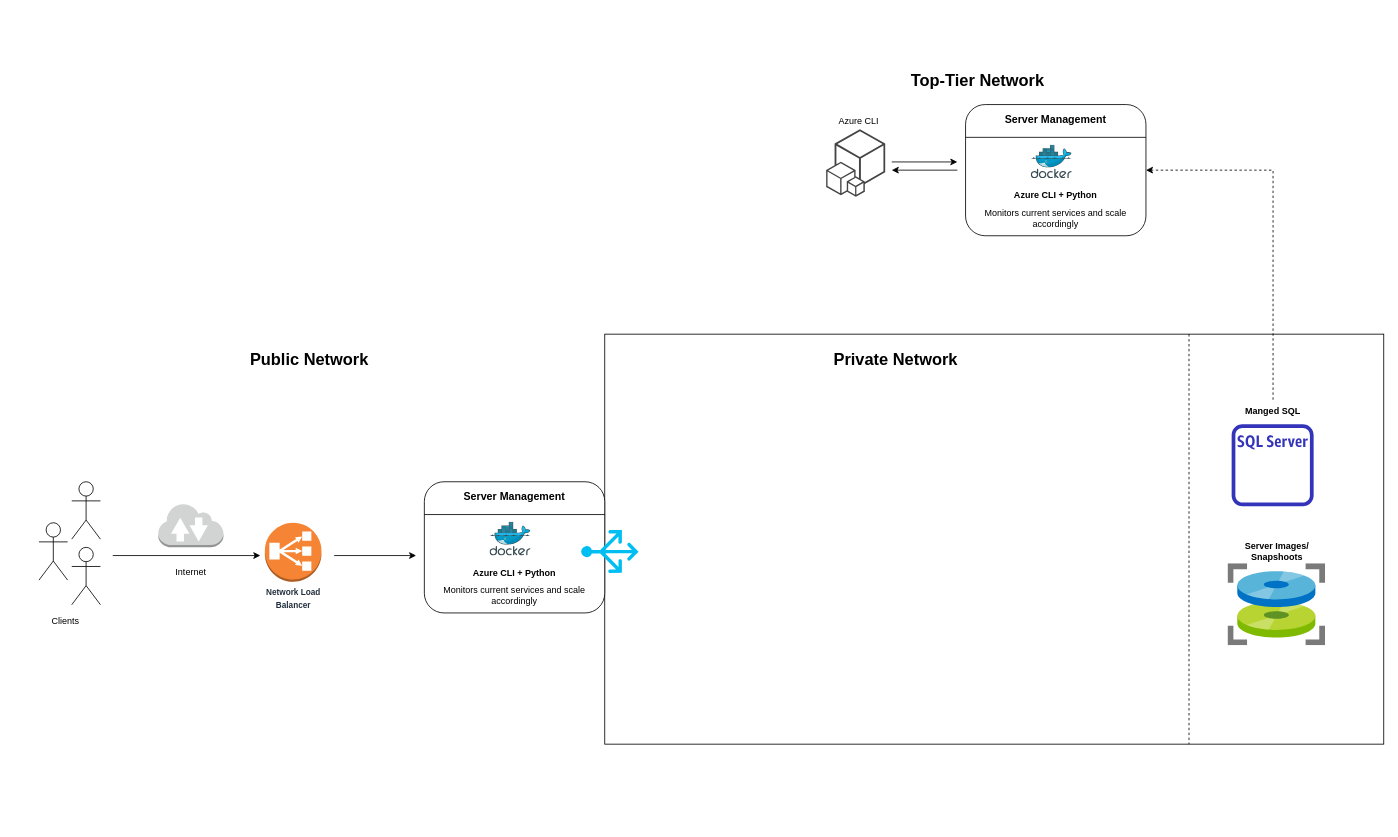
The draw.io diagram ServerConfigUML.drawio in Ashley-Sands/TB-RPG-Sever-Manager-, before the edit. Source tidied: cells renumbered, new cells numbered last; positions are measured from the earlier drawing's top-left corner, leaving out a move shared by most shapes. Both pictures are drawn from the tidied source at 82%, with x=0, y=0 at pixel (14, 55).
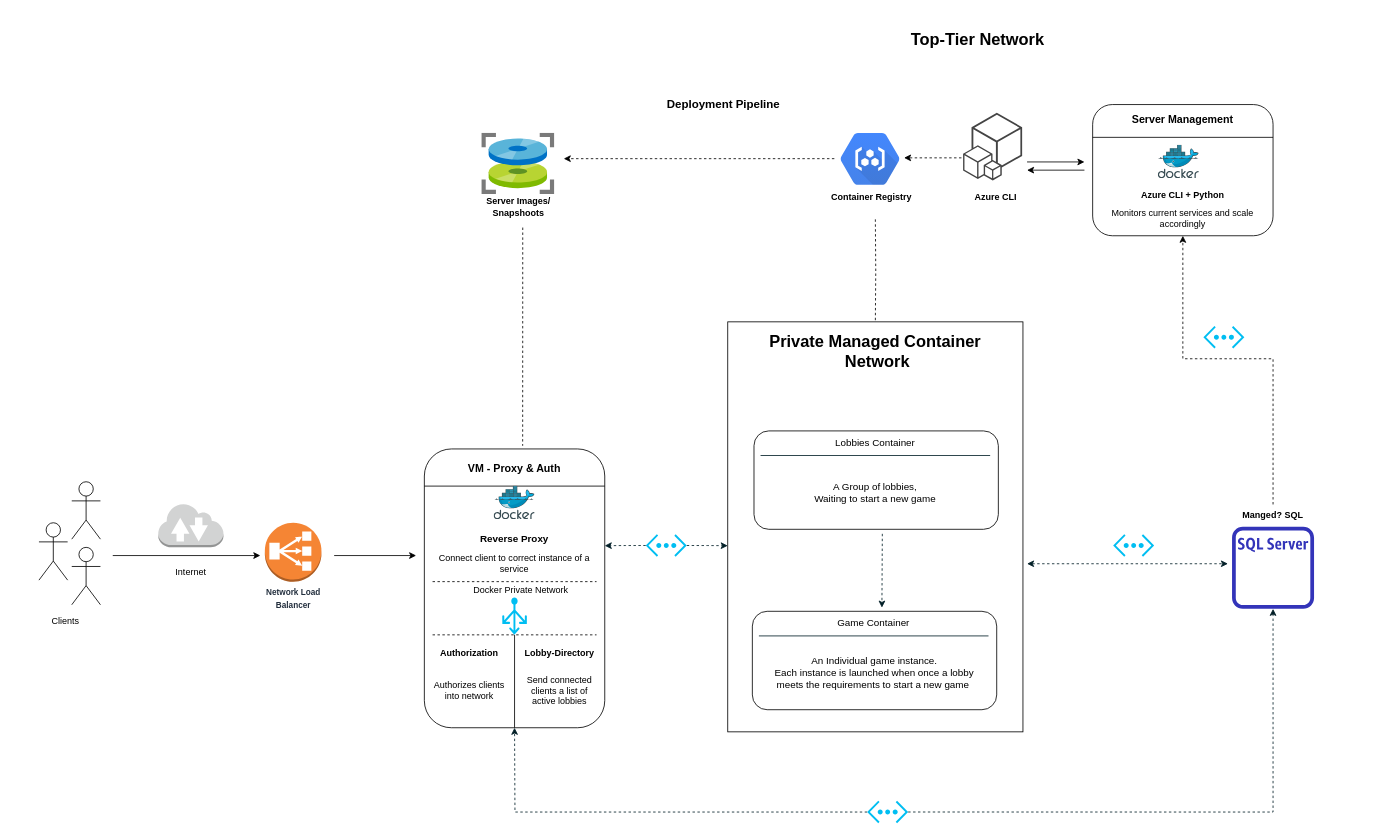
Above is the later version.

Unchanged cells that the change refers to:
```xml
<mxCell id="14" style="rounded=1;whiteSpace=wrap;html=1;" parent="13" vertex="1">
  <mxGeometry width="220" height="160" as="geometry" />
</mxCell>
```

What changed in the source:
```diff
@@
     <mxCell id="2" style="rounded=0;whiteSpace=wrap;html=1;" parent="1" vertex="1">
-      <mxGeometry x="720" y="340" width="950" height="500" as="geometry" />
+      <mxGeometry x="870" y="325" width="360" height="500" as="geometry" />
     </mxCell>
@@
-    <mxCell id="8" value="Private Network" style="text;html=1;strokeColor=none;fillColor=none;align=center;verticalAlign=middle;whiteSpace=wrap;rounded=0;labelBackgroundColor=white;fontStyle=1;fontSize=20;" parent="7" vertex="1">
-      <mxGeometry x="720" y="340" width="710" height="60" as="geometry" />
+    <mxCell id="8" value="Private Managed Container&lt;br&gt;&amp;nbsp;Network" style="text;html=1;strokeColor=none;fillColor=none;align=center;verticalAlign=middle;whiteSpace=wrap;rounded=0;labelBackgroundColor=white;fontStyle=1;fontSize=20;" parent="7" vertex="1">
+      <mxGeometry x="870" y="330" width="360" height="60" as="geometry" />
     </mxCell>
     <mxCell id="9" style="html=1;align=center;image;fontSize=12;image=img/lib/mscae/MD_snapshot.svg;labelBackgroundColor=white;" parent="7" vertex="1">
-      <mxGeometry x="1480" y="620" width="119" height="100" as="geometry" />
+      <mxGeometry x="570" y="94.8" width="89" height="74.8" as="geometry" />
     </mxCell>
     <mxCell id="10" value="Server Images/ Snapshoots" style="text;html=1;strokeColor=none;fillColor=none;align=center;verticalAlign=middle;whiteSpace=wrap;rounded=0;labelBackgroundColor=none;fontSize=11;fontStyle=1;" parent="7" vertex="1">
-      <mxGeometry x="1484.5" y="590" width="110" height="30" as="geometry" />
+      <mxGeometry x="559.5" y="169.6" width="110" height="30" as="geometry" />
     </mxCell>
-    <mxCell id="11" value="Manged SQL" style="text;html=1;strokeColor=none;fillColor=none;align=center;verticalAlign=middle;whiteSpace=wrap;rounded=0;labelBackgroundColor=none;fontSize=11;fontStyle=1;" parent="7" vertex="1">
-      <mxGeometry x="1480" y="420" width="110" height="27.3" as="geometry" />
+    <mxCell id="11" value="Manged? SQL" style="text;html=1;strokeColor=none;fillColor=none;align=center;verticalAlign=middle;whiteSpace=wrap;rounded=0;labelBackgroundColor=none;fontSize=11;fontStyle=1;" parent="7" vertex="1">
+      <mxGeometry x="1480" y="547.7" width="110" height="27.3" as="geometry" />
     </mxCell>
     <mxCell id="12" style="outlineConnect=0;fontColor=#232F3E;gradientColor=none;fillColor=#3334B9;strokeColor=none;dashed=0;verticalLabelPosition=bottom;verticalAlign=top;align=center;html=1;fontSize=12;fontStyle=0;shape=mxgraph.aws4.rds_sql_server_instance_alt;labelBackgroundColor=none;" parent="7" vertex="1">
-      <mxGeometry x="1484.5" y="450" width="100" height="100" as="geometry" />
+      <mxGeometry x="1485" y="575" width="100" height="100" as="geometry" />
     </mxCell>
     <mxCell id="13" style="group;labelBackgroundColor=none;fontSize=11;html=1;" parent="7" vertex="1">
-      <mxGeometry x="1160" y="60" width="220" height="160" as="geometry" />
+      <mxGeometry x="1315" y="60" width="220" height="160" as="geometry" />
     </mxCell>
@@
     <mxCell id="20" style="group;" parent="7" vertex="1">
-      <mxGeometry x="990" y="70" width="80" height="112.5" as="geometry" />
+      <mxGeometry x="1157" y="70" width="80" height="112.5" as="geometry" />
     </mxCell>
     <mxCell id="21" style="dashed=0;verticalLabelPosition=bottom;verticalAlign=top;align=center;html=1;shape=mxgraph.aws3.cli;fillColor=#444444;gradientColor=none;labelBackgroundColor=none;fontSize=11;" parent="20" vertex="1">
-      <mxGeometry y="20" width="72" height="82.5" as="geometry" />
+      <mxGeometry width="72" height="82.5" as="geometry" />
     </mxCell>
-    <mxCell id="22" value="Azure CLI" style="text;html=1;strokeColor=none;fillColor=none;align=center;verticalAlign=middle;whiteSpace=wrap;rounded=0;labelBackgroundColor=none;fontSize=11;" parent="20" vertex="1">
-      <mxGeometry width="80" height="20" as="geometry" />
+    <mxCell id="22" value="&lt;b&gt;Azure CLI&lt;/b&gt;" style="text;html=1;strokeColor=none;fillColor=none;align=center;verticalAlign=middle;whiteSpace=wrap;rounded=0;labelBackgroundColor=none;fontSize=11;" parent="20" vertex="1">
+      <mxGeometry y="92.5" width="80" height="20" as="geometry" />
     </mxCell>
-    <mxCell id="23" value="Public Network" style="text;html=1;strokeColor=none;fillColor=none;align=center;verticalAlign=middle;whiteSpace=wrap;rounded=0;labelBackgroundColor=white;fontStyle=1;fontSize=20;" parent="7" vertex="1">
-      <mxGeometry y="340" width="720" height="60" as="geometry" />
-    </mxCell>
     <mxCell id="24" style="group;labelBackgroundColor=none;fontSize=11;html=1;" parent="7" vertex="1">
-      <mxGeometry x="500" y="520" width="220" height="160" as="geometry" />
+      <mxGeometry x="500" y="480" width="220" height="340" as="geometry" />
     </mxCell>
     <mxCell id="25" style="rounded=1;whiteSpace=wrap;html=1;" parent="24" vertex="1">
-      <mxGeometry width="220" height="160" as="geometry" />
+      <mxGeometry width="220" height="340" as="geometry" />
     </mxCell>
-    <mxCell id="26" value="Server Management" style="text;html=1;strokeColor=none;fillColor=none;align=center;verticalAlign=middle;whiteSpace=wrap;rounded=0;fontStyle=1;fontSize=13;" parent="24" vertex="1">
-      <mxGeometry width="220" height="35.6" as="geometry" />
+    <mxCell id="26" value="VM - Proxy &amp;amp; Auth" style="text;html=1;strokeColor=none;fillColor=none;align=center;verticalAlign=middle;whiteSpace=wrap;rounded=0;fontStyle=1;fontSize=13;" parent="24" vertex="1">
+      <mxGeometry width="220" height="45.3" as="geometry" />
     </mxCell>
-    <mxCell id="27" style="endArrow=none;html=1;fontSize=11;entryX=1;entryY=0.25;entryDx=0;entryDy=0;exitX=0;exitY=0.25;exitDx=0;exitDy=0;" parent="24" edge="1" source="25" target="25">
+    <mxCell id="27" style="endArrow=none;html=1;fontSize=11;entryX=1;entryY=1;entryDx=0;entryDy=0;exitX=0;exitY=1;exitDx=0;exitDy=0;" parent="24" edge="1" source="26" target="26">
       <mxGeometry relative="1" as="geometry" />
     </mxCell>
     <mxCell id="28" style="html=1;align=center;image;fontSize=12;image=img/lib/mscae/Docker.svg;labelBackgroundColor=none;" parent="24" vertex="1">
-      <mxGeometry x="80" y="49.4" width="50" height="41" as="geometry" />
+      <mxGeometry x="85" y="45.3" width="50" height="41" as="geometry" />
     </mxCell>
-    <mxCell id="29" value="&lt;b&gt;Azure CLI + Python&lt;/b&gt;" style="text;html=1;strokeColor=none;fillColor=none;align=center;verticalAlign=middle;whiteSpace=wrap;rounded=0;labelBackgroundColor=none;fontSize=11;" parent="24" vertex="1">
-      <mxGeometry x="10" y="99.9" width="200" height="22.9" as="geometry" />
+    <mxCell id="29" value="&lt;b style=&quot;font-size: 12px;&quot;&gt;Reverse Proxy&lt;/b&gt;" style="text;html=1;strokeColor=none;fillColor=none;align=center;verticalAlign=middle;whiteSpace=wrap;rounded=0;labelBackgroundColor=none;fontSize=12;" parent="24" vertex="1">
+      <mxGeometry x="10" y="96.3" width="200" height="27" as="geometry" />
     </mxCell>
+    <mxCell id="45" style="edgeStyle=orthogonalEdgeStyle;rounded=0;jettySize=auto;html=1;exitX=0.5;exitY=0;exitDx=0;exitDy=0;entryX=0.5;entryY=0.839;entryDx=0;entryDy=0;entryPerimeter=0;startArrow=none;startFill=0;" parent="24" edge="1" source="30" target="29">
+      <mxGeometry relative="1" as="geometry" />
+    </mxCell>
-    <mxCell id="30" value="&lt;span&gt;Monitors current services and scale accordingly&lt;/span&gt;" style="text;html=1;strokeColor=none;fillColor=none;align=center;verticalAlign=middle;whiteSpace=wrap;rounded=0;labelBackgroundColor=none;fontSize=11;fontStyle=0;" parent="24" vertex="1">
-      <mxGeometry x="10" y="121.7" width="200" height="34.3" as="geometry" />
+    <mxCell id="30" value="Connect client to correct instance of a service" style="text;html=1;strokeColor=none;fillColor=none;align=center;verticalAlign=middle;whiteSpace=wrap;rounded=0;labelBackgroundColor=none;fontSize=11;fontStyle=0;" parent="24" vertex="1">
+      <mxGeometry x="10" y="119" width="200" height="42.8" as="geometry" />
     </mxCell>
-    <mxCell id="31" style="verticalLabelPosition=bottom;html=1;verticalAlign=top;align=center;strokeColor=none;fillColor=#00BEF2;shape=mxgraph.azure.load_balancer_generic;labelBackgroundColor=white;rotation=270;" parent="7" vertex="1">
-      <mxGeometry x="700" y="570" width="52.5" height="70" as="geometry" />
-    </mxCell>
+    <mxCell id="46" style="endArrow=none;html=1;fontSize=12;exitX=0;exitY=1;exitDx=0;exitDy=0;entryX=1;entryY=1;entryDx=0;entryDy=0;dashed=1;" parent="24" edge="1">
+      <mxGeometry relative="1" as="geometry">
+        <mxPoint x="10" y="226.7" as="sourcePoint" />
+        <mxPoint x="210" y="226.7" as="targetPoint" />
+      </mxGeometry>
+    </mxCell>
+    <mxCell id="47" style="endArrow=none;html=1;fontSize=11;exitX=0.5;exitY=1;exitDx=0;exitDy=0;entryX=0.5;entryY=1;entryDx=0;entryDy=0;" parent="24" edge="1" source="25">
+      <mxGeometry relative="1" as="geometry">
+        <mxPoint x="110" y="226.7" as="targetPoint" />
+      </mxGeometry>
+    </mxCell>
+    <mxCell id="48" style="endArrow=none;html=1;fontSize=12;exitX=0;exitY=1;exitDx=0;exitDy=0;entryX=1;entryY=1;entryDx=0;entryDy=0;dashed=1;" parent="24" edge="1">
+      <mxGeometry relative="1" as="geometry">
+        <mxPoint x="10" y="161.8" as="sourcePoint" />
+        <mxPoint x="210" y="161.8" as="targetPoint" />
+      </mxGeometry>
+    </mxCell>
+    <mxCell id="49" value="&lt;span style=&quot;font-size: 11px;&quot;&gt;Docker Private Network&lt;/span&gt;" style="text;html=1;strokeColor=none;fillColor=none;align=center;verticalAlign=middle;whiteSpace=wrap;rounded=0;fontSize=11;fontStyle=0;" parent="24" vertex="1">
+      <mxGeometry x="50" y="161.8" width="135.5" height="19.5" as="geometry" />
+    </mxCell>
+    <mxCell id="50" style="verticalLabelPosition=bottom;html=1;verticalAlign=top;align=center;strokeColor=none;fillColor=#00BEF2;shape=mxgraph.azure.load_balancer_generic;labelBackgroundColor=white;rotation=0;" parent="24" vertex="1">
+      <mxGeometry x="95" y="181.3" width="30" height="45.3" as="geometry" />
+    </mxCell>
+    <mxCell id="51" value="&lt;b&gt;Authorization&lt;/b&gt;" style="text;html=1;strokeColor=none;fillColor=none;align=center;verticalAlign=middle;whiteSpace=wrap;rounded=0;fontSize=11;" parent="24" vertex="1">
+      <mxGeometry x="10" y="238" width="90" height="22.7" as="geometry" />
+    </mxCell>
+    <mxCell id="52" value="&lt;b&gt;Lobby-Directory&lt;/b&gt;" style="text;html=1;strokeColor=none;fillColor=none;align=center;verticalAlign=middle;whiteSpace=wrap;rounded=0;fontSize=11;" parent="24" vertex="1">
+      <mxGeometry x="120" y="238" width="90" height="22.7" as="geometry" />
+    </mxCell>
+    <mxCell id="53" value="Authorizes clients into network" style="text;html=1;strokeColor=none;fillColor=none;align=center;verticalAlign=middle;whiteSpace=wrap;rounded=0;fontSize=11;" parent="24" vertex="1">
+      <mxGeometry x="10" y="260.7" width="90" height="68" as="geometry" />
+    </mxCell>
+    <mxCell id="54" value="Send connected clients a list of active lobbies" style="text;html=1;strokeColor=none;fillColor=none;align=center;verticalAlign=middle;whiteSpace=wrap;rounded=0;fontSize=11;" parent="24" vertex="1">
+      <mxGeometry x="120" y="260.7" width="90" height="68" as="geometry" />
+    </mxCell>
     <mxCell id="32" value="Top-Tier Network" style="text;html=1;strokeColor=none;fillColor=none;align=center;verticalAlign=middle;whiteSpace=wrap;rounded=0;labelBackgroundColor=white;fontStyle=1;fontSize=20;" parent="7" vertex="1">
-      <mxGeometry x="710" width="930" height="60" as="geometry" />
+      <mxGeometry x="710" y="-50" width="930" height="60" as="geometry" />
     </mxCell>
+    <mxCell id="55" style="shape=mxgraph.gcp.compute.container_registry;html=1;fillColor=#4387FD;gradientColor=#4683EA;strokeColor=none;verticalLabelPosition=bottom;verticalAlign=top;align=center;" parent="7" vertex="1">
+      <mxGeometry x="1007.5" y="94.8" width="71.9" height="63" as="geometry" />
+    </mxCell>
+    <mxCell id="56" value="&lt;font style=&quot;font-size: 11px&quot;&gt;&lt;b&gt;Container Registry&lt;/b&gt;&lt;/font&gt;" style="text;html=1;align=center;verticalAlign=middle;" parent="7" vertex="1">
+      <mxGeometry x="990" y="162.5" width="110" height="20" as="geometry" />
+    </mxCell>
+    <mxCell id="57" style="endArrow=classic;html=1;dashed=1;" parent="7" edge="1">
+      <mxGeometry relative="1" as="geometry">
+        <mxPoint x="1155" y="125" as="sourcePoint" />
+        <mxPoint x="1085" y="125" as="targetPoint" />
+      </mxGeometry>
+    </mxCell>
+    <mxCell id="58" style="endArrow=classic;html=1;dashed=1;" parent="7" edge="1">
+      <mxGeometry relative="1" as="geometry">
+        <mxPoint x="1000" y="126" as="sourcePoint" />
+        <mxPoint x="670" y="126" as="targetPoint" />
+      </mxGeometry>
+    </mxCell>
+    <mxCell id="59" value="&lt;font style=&quot;font-size: 14px&quot;&gt;&lt;b&gt;Deployment Pipeline&lt;/b&gt;&lt;/font&gt;" style="text;html=1;strokeColor=none;fillColor=none;align=center;verticalAlign=middle;whiteSpace=wrap;rounded=0;" parent="7" vertex="1">
+      <mxGeometry x="570" y="50" width="590" height="20" as="geometry" />
+    </mxCell>
+    <mxCell id="60" style="endArrow=none;html=1;dashed=1;entryX=0.545;entryY=-0.084;entryDx=0;entryDy=0;entryPerimeter=0;endFill=0;" parent="7" edge="1" target="26">
+      <mxGeometry relative="1" as="geometry">
+        <mxPoint x="620" y="210" as="sourcePoint" />
+      </mxGeometry>
+    </mxCell>
+    <mxCell id="61" style="endArrow=none;html=1;dashed=1;entryX=0.5;entryY=0;entryDx=0;entryDy=0;edgeStyle=orthogonalEdgeStyle;rounded=0;endFill=0;" parent="7" edge="1" target="2">
+      <mxGeometry relative="1" as="geometry">
+        <mxPoint x="1050" y="200" as="sourcePoint" />
+      </mxGeometry>
+    </mxCell>
+    <mxCell id="62" style="endArrow=classic;startArrow=classic;html=1;strokeColor=#001E26;strokeWidth=1;fontSize=11;dashed=1;" parent="7" edge="1">
+      <mxGeometry relative="1" as="geometry">
+        <mxPoint x="1235" y="620" as="sourcePoint" />
+        <mxPoint x="1480" y="620" as="targetPoint" />
+      </mxGeometry>
+    </mxCell>
+    <mxCell id="63" style="edgeStyle=orthogonalEdgeStyle;rounded=0;jettySize=auto;html=1;dashed=1;startArrow=none;startFill=0;endArrow=classic;endFill=1;strokeColor=#001E26;strokeWidth=1;fontSize=11;" parent="7" edge="1" source="65">
+      <mxGeometry relative="1" as="geometry">
+        <mxPoint x="610" y="820" as="targetPoint" />
+      </mxGeometry>
+    </mxCell>
+    <mxCell id="64" style="edgeStyle=orthogonalEdgeStyle;rounded=0;jettySize=auto;html=1;exitX=1;exitY=0.5;exitDx=0;exitDy=0;exitPerimeter=0;dashed=1;startArrow=none;startFill=0;endArrow=classic;endFill=1;strokeColor=#001E26;strokeWidth=1;fontSize=11;" parent="7" edge="1" source="65" target="12">
+      <mxGeometry relative="1" as="geometry" />
+    </mxCell>
+    <mxCell id="65" style="verticalLabelPosition=bottom;html=1;verticalAlign=top;align=center;strokeColor=none;fillColor=#00BEF2;shape=mxgraph.azure.virtual_network;fontSize=11;" parent="7" vertex="1">
+      <mxGeometry x="1040" y="909" width="50" height="27.5" as="geometry" />
+    </mxCell>
+    <mxCell id="66" style="verticalLabelPosition=bottom;html=1;verticalAlign=top;align=center;strokeColor=none;fillColor=#00BEF2;shape=mxgraph.azure.virtual_network;fontSize=11;" parent="7" vertex="1">
+      <mxGeometry x="1340" y="584" width="50" height="27.5" as="geometry" />
+    </mxCell>
+    <mxCell id="67" style="verticalLabelPosition=bottom;html=1;verticalAlign=top;align=center;strokeColor=none;fillColor=#00BEF2;shape=mxgraph.azure.virtual_network;fontSize=11;" parent="7" vertex="1">
+      <mxGeometry x="1450" y="330" width="50" height="27.5" as="geometry" />
+    </mxCell>
+    <mxCell id="68" style="group;" parent="7" vertex="1">
+      <mxGeometry x="902" y="458" width="298" height="120" as="geometry" />
+    </mxCell>
+    <mxCell id="69" style="rounded=1;whiteSpace=wrap;html=1;labelBackgroundColor=white;fillColor=#FFFFFF;gradientColor=none;" parent="68" vertex="1">
+      <mxGeometry width="298" height="120" as="geometry" />
+    </mxCell>
+    <mxCell id="70" value="Lobbies Container" style="text;html=1;strokeColor=none;fillColor=none;align=center;verticalAlign=middle;whiteSpace=wrap;rounded=0;labelBackgroundColor=white;" parent="68" vertex="1">
+      <mxGeometry x="8" width="280" height="30" as="geometry" />
+    </mxCell>
+    <mxCell id="71" style="endArrow=none;html=1;strokeColor=#001E26;strokeWidth=1;fontSize=11;exitX=0;exitY=1;exitDx=0;exitDy=0;entryX=1;entryY=1;entryDx=0;entryDy=0;" parent="68" edge="1" source="70" target="70">
+      <mxGeometry relative="1" as="geometry" />
+    </mxCell>
+    <mxCell id="72" style="group;" parent="7" vertex="1">
+      <mxGeometry x="900" y="678" width="298" height="120" as="geometry" />
+    </mxCell>
+    <mxCell id="73" style="rounded=1;whiteSpace=wrap;html=1;labelBackgroundColor=white;fillColor=#FFFFFF;gradientColor=none;" parent="72" vertex="1">
+      <mxGeometry width="298" height="120" as="geometry" />
+    </mxCell>
+    <mxCell id="74" value="Game Container" style="text;html=1;strokeColor=none;fillColor=none;align=center;verticalAlign=middle;whiteSpace=wrap;rounded=0;labelBackgroundColor=white;" parent="72" vertex="1">
+      <mxGeometry x="8" width="280" height="30" as="geometry" />
+    </mxCell>
+    <mxCell id="75" style="endArrow=none;html=1;strokeColor=#001E26;strokeWidth=1;fontSize=11;exitX=0;exitY=1;exitDx=0;exitDy=0;entryX=1;entryY=1;entryDx=0;entryDy=0;" parent="72" edge="1" source="74" target="74">
+      <mxGeometry relative="1" as="geometry" />
+    </mxCell>
+    <mxCell id="76" value="An Individual game instance.&lt;br&gt;Each instance is launched when once a lobby meets the requirements to start a new game&amp;nbsp;" style="text;html=1;strokeColor=none;fillColor=none;align=center;verticalAlign=middle;whiteSpace=wrap;rounded=0;labelBackgroundColor=white;" parent="72" vertex="1">
+      <mxGeometry x="9" y="40" width="280" height="70" as="geometry" />
+    </mxCell>
+    <mxCell id="77" value="A Group of lobbies,&lt;br&gt;Waiting to start a new game" style="text;html=1;strokeColor=none;fillColor=none;align=center;verticalAlign=middle;whiteSpace=wrap;rounded=0;labelBackgroundColor=white;" parent="7" vertex="1">
+      <mxGeometry x="910" y="498" width="280" height="70" as="geometry" />
+    </mxCell>
+    <mxCell id="78" style="endArrow=classic;html=1;strokeColor=#001E26;strokeWidth=1;fontSize=11;dashed=1;" parent="7" edge="1">
+      <mxGeometry relative="1" as="geometry">
+        <mxPoint x="1058.5" y="583.5" as="sourcePoint" />
+        <mxPoint x="1058" y="673.5" as="targetPoint" />
+      </mxGeometry>
+    </mxCell>
+    <mxCell id="79" style="edgeStyle=orthogonalEdgeStyle;rounded=0;jettySize=auto;html=1;exitX=0;exitY=0.5;exitDx=0;exitDy=0;exitPerimeter=0;entryX=1;entryY=0.347;entryDx=0;entryDy=0;entryPerimeter=0;dashed=1;startArrow=none;startFill=0;endArrow=classic;endFill=1;strokeColor=#001E26;strokeWidth=1;fontSize=11;" parent="7" edge="1" source="81" target="25">
+      <mxGeometry relative="1" as="geometry" />
+    </mxCell>
+    <mxCell id="80" style="edgeStyle=orthogonalEdgeStyle;rounded=0;jettySize=auto;html=1;exitX=1;exitY=0.5;exitDx=0;exitDy=0;exitPerimeter=0;entryX=0;entryY=0.546;entryDx=0;entryDy=0;entryPerimeter=0;dashed=1;startArrow=none;startFill=0;endArrow=classic;endFill=1;strokeColor=#001E26;strokeWidth=1;fontSize=11;" parent="7" edge="1" source="81" target="2">
+      <mxGeometry relative="1" as="geometry" />
+    </mxCell>
+    <mxCell id="81" style="verticalLabelPosition=bottom;html=1;verticalAlign=top;align=center;strokeColor=none;fillColor=#00BEF2;shape=mxgraph.azure.virtual_network;fontSize=11;" parent="7" vertex="1">
+      <mxGeometry x="770" y="584" width="50" height="27.5" as="geometry" />
+    </mxCell>
@@
     <mxCell id="34" style="endArrow=classic;html=1;fontSize=11;" parent="33" edge="1">
       <mxGeometry relative="1" as="geometry">
-        <mxPoint x="1070" y="130" as="sourcePoint" />
-        <mxPoint x="1150" y="130" as="targetPoint" />
+        <mxPoint x="1235" y="130" as="sourcePoint" />
+        <mxPoint x="1305" y="130" as="targetPoint" />
       </mxGeometry>
     </mxCell>
     <mxCell id="35" style="endArrow=classic;html=1;fontSize=11;" parent="33" edge="1">
       <mxGeometry relative="1" as="geometry">
-        <mxPoint x="1150" y="140" as="sourcePoint" />
-        <mxPoint x="1070" y="140" as="targetPoint" />
+        <mxPoint x="1305" y="140" as="sourcePoint" />
+        <mxPoint x="1235" y="140" as="targetPoint" />
       </mxGeometry>
     </mxCell>
@@
-    <mxCell id="43" style="endArrow=classic;html=1;dashed=1;edgeStyle=orthogonalEdgeStyle;rounded=0;entryX=1;entryY=0.5;entryDx=0;entryDy=0;exitX=0.5;exitY=0;exitDx=0;exitDy=0;startArrow=none;startFill=0;" parent="33" edge="1" source="11" target="14">
-      <mxGeometry relative="1" as="geometry" />
+    <mxCell id="43" style="endArrow=classic;html=1;dashed=1;edgeStyle=orthogonalEdgeStyle;rounded=0;entryX=0.5;entryY=1;entryDx=0;entryDy=0;exitX=0.5;exitY=0;exitDx=0;exitDy=0;startArrow=none;startFill=0;" parent="33" edge="1" source="11" target="14">
+      <mxGeometry relative="1" as="geometry">
+        <Array as="points">
+          <mxPoint x="1535" y="370" />
+          <mxPoint x="1425" y="370" />
+        </Array>
+      </mxGeometry>
     </mxCell>
-    <mxCell id="44" style="endArrow=none;dashed=1;html=1;entryX=0.75;entryY=1;entryDx=0;entryDy=0;exitX=0.75;exitY=0;exitDx=0;exitDy=0;" parent="33" edge="1" source="2" target="2">
-      <mxGeometry relative="1" as="geometry" />
-    </mxCell>
+    <mxCell id="82" parent="0" />
```
